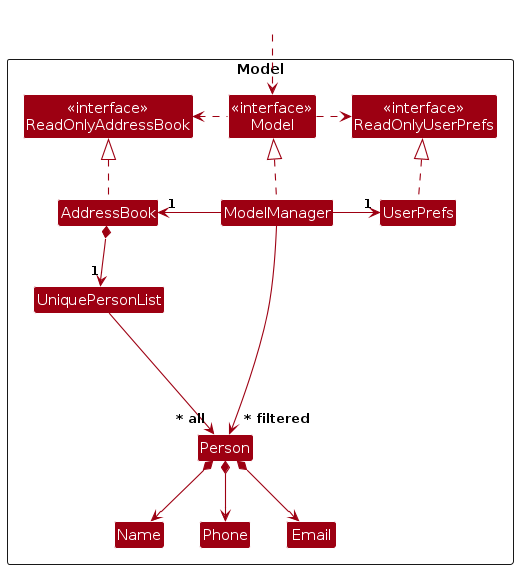
This is diagrams/ModelClassDiagram.png from AY2627S1-CS2103T-W11-4/tp, a PlantUML export, as it was before one commit. Its source is kept beside it as diagrams/ModelClassDiagram.puml.
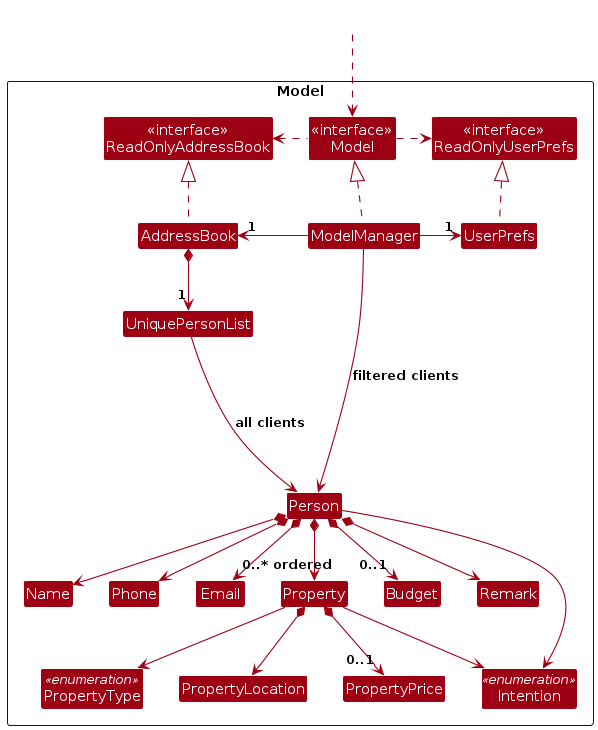
After the commit.

What changed in the source:
```diff
@@ -17,6 +17,13 @@
 Class Email
 Class Name
 Class Phone
+Class Intention <<enumeration>>
+Class Budget
+Class Remark
+Class Property
+Class PropertyType <<enumeration>>
+Class PropertyLocation
+Class PropertyPrice
 
 Class I #FFFFFF
 }
@@ -34,10 +41,18 @@
 UserPrefs .up.|> ReadOnlyUserPrefs
 
 AddressBook *--> "1" UniquePersonList
-UniquePersonList --> "~* all" Person
+UniquePersonList --> Person : all clients
 Person *--> Name
 Person *--> Phone
 Person *--> Email
+Person --> Intention
+Person *--> "0..1" Budget
+Person *--> Remark
+Person *--> "0..* ordered" Property
+Property --> PropertyType
+Property --> Intention
+Property *--> PropertyLocation
+Property *--> "0..1" PropertyPrice
 
 Person -[hidden]up--> I
 UniquePersonList -[hidden]right-> I
@@ -45,5 +60,5 @@
 Name -[hidden]right-> Phone
 Phone -[hidden]right-> Email
 
-ModelManager --> "~* filtered" Person
+ModelManager --> Person : filtered clients
 @enduml
```
